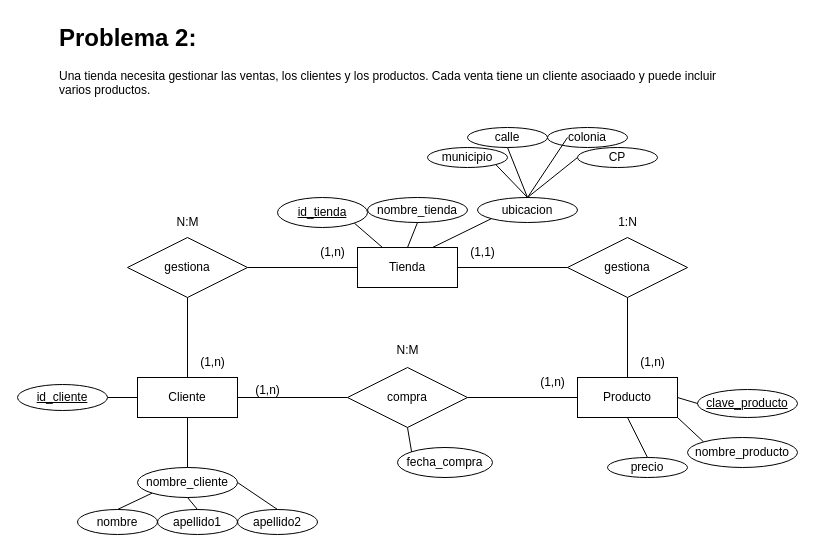
This is page "Problema-2-ER" (4 of 7) of TASK_1/Problemas.drawio from itsFDavid/Bases-de-datos, a draw.io file, before an edit. Source tidied: cells renumbered, new cells numbered last; positions are measured from the earlier drawing's top-left corner, leaving out a move shared by most shapes. Both pictures are drawn from the tidied source at 100%, with x=0, y=0 at pixel (17, 17).
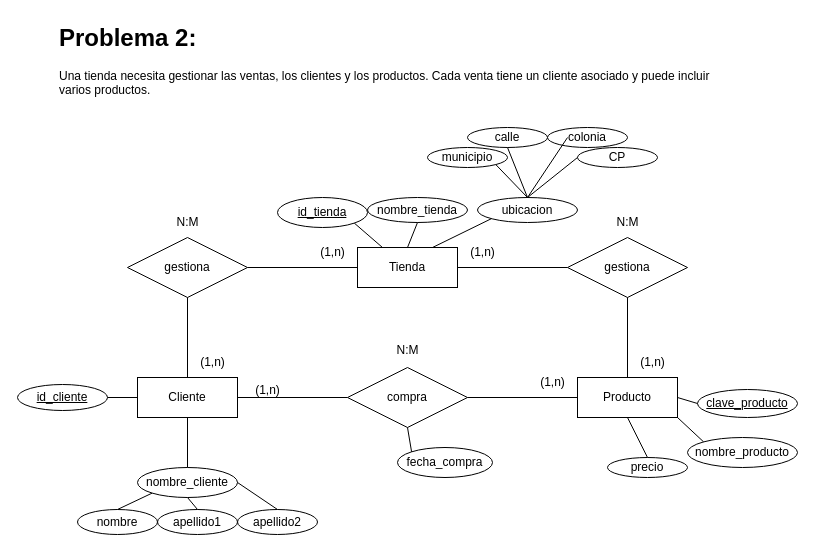
Above is the later version.

Diff of the diagram source:
```diff
@@
-    <mxCell id="2" value="&lt;h1 style=&quot;margin-top: 0px;&quot;&gt;Problema 2:&lt;/h1&gt;&lt;div&gt;&lt;span style=&quot;text-align: justify;&quot;&gt;Una tienda necesita gestionar las ventas, los clientes y los productos. Cada venta tiene un cliente asociaado y puede&amp;nbsp;&lt;/span&gt;&lt;span style=&quot;text-align: justify; background-color: initial;&quot;&gt;incluir varios productos.&lt;/span&gt;&lt;br&gt;&lt;/div&gt;" style="text;html=1;whiteSpace=wrap;overflow=hidden;rounded=0;" parent="1" vertex="1">
+    <mxCell id="2" value="&lt;h1 style=&quot;margin-top: 0px;&quot;&gt;Problema 2:&lt;/h1&gt;&lt;div&gt;&lt;span style=&quot;text-align: justify;&quot;&gt;Una tienda necesita gestionar las ventas, los clientes y los productos. Cada venta tiene un cliente asociado y puede&amp;nbsp;&lt;/span&gt;&lt;span style=&quot;text-align: justify; background-color: initial;&quot;&gt;incluir varios productos.&lt;/span&gt;&lt;br&gt;&lt;/div&gt;" style="text;html=1;whiteSpace=wrap;overflow=hidden;rounded=0;" parent="1" vertex="1">
       <mxGeometry x="40" width="680" height="120" as="geometry" />
     </mxCell>
@@
-    <mxCell id="16" value="(1,1)" style="text;html=1;align=center;verticalAlign=middle;strokeColor=none;fillColor=none;" parent="1" vertex="1">
+    <mxCell id="16" value="(1,n)" style="text;html=1;align=center;verticalAlign=middle;strokeColor=none;fillColor=none;" parent="1" vertex="1">
       <mxGeometry x="440" y="220" width="50" height="30" as="geometry" />
     </mxCell>
@@
-    <mxCell id="23" value="1:N" style="text;html=1;align=center;verticalAlign=middle;strokeColor=none;fillColor=none;" parent="1" vertex="1">
-      <mxGeometry x="590" y="190" width="40" height="30" as="geometry" />
+    <mxCell id="23" value="N:M" style="text;html=1;align=center;verticalAlign=middle;strokeColor=none;fillColor=none;" parent="1" vertex="1">
+      <mxGeometry x="585" y="190" width="50" height="30" as="geometry" />
     </mxCell>
```
